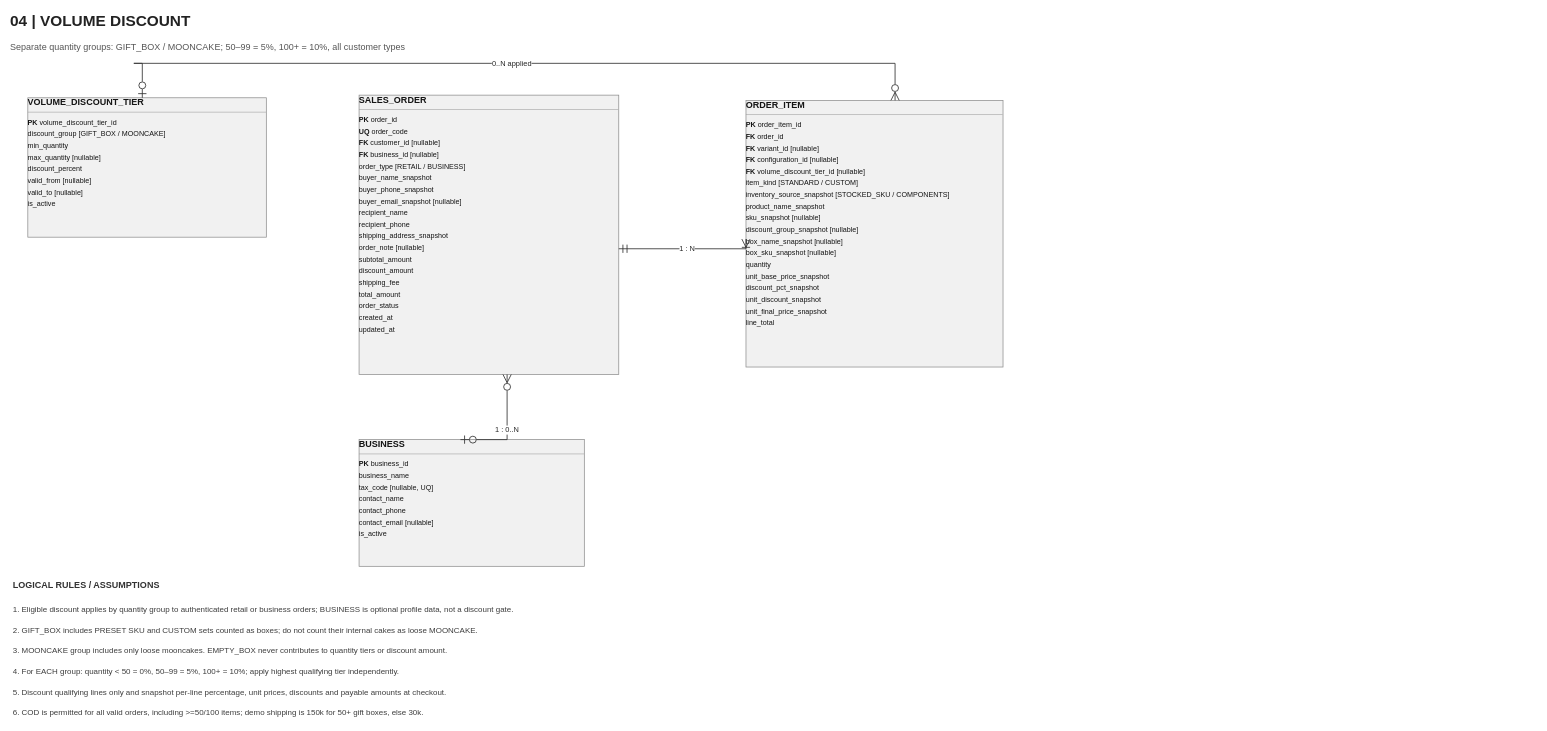
YingKai0621/MoonCake_HSF302_Project keeps this draw.io diagram as page "04 - VOLUME DISCOUNT (V5 FINAL MVP)" (4 of 5) of docs/MoonCake_Logical_V5 (1).drawio. Above is the earlier version. Source tidied: cells renumbered, new cells numbered last; positions are measured from the earlier drawing's top-left corner, leaving out a move shared by most shapes. Both pictures are drawn from the tidied source at 53%, with x=0, y=0 at pixel (9, 9).
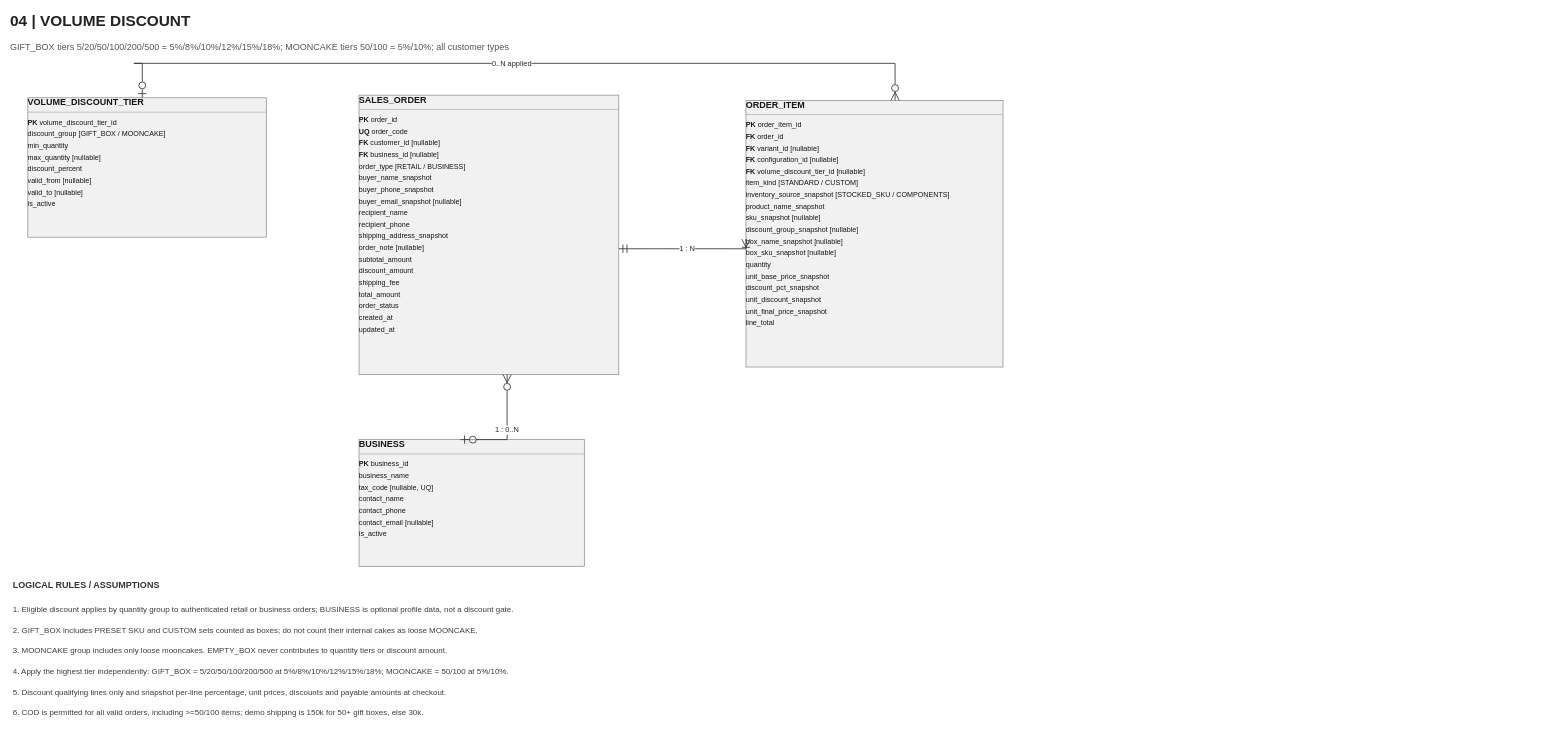
The same page after the edit.

Change to the diagram source:
```diff
@@
 <mxGraphModel background="#FFFFFF">
   <root>
     <mxCell id="0" />
     <mxCell id="1" parent="0" />
     <mxCell id="2" value="04  |  VOLUME DISCOUNT" style="text;html=1;align=left;verticalAlign=middle;whiteSpace=wrap;strokeColor=none;fillColor=none;fontFamily=Arial;fontColor=#222222;fontStyle=1;fontSize=29;" parent="1" vertex="1">
       <mxGeometry width="1250" height="44" as="geometry" />
     </mxCell>
-    <mxCell id="3" value="Separate quantity groups: GIFT_BOX / MOONCAKE; 50–99 = 5%, 100+ = 10%, all customer types" style="text;html=1;align=left;verticalAlign=middle;whiteSpace=wrap;strokeColor=none;fillColor=none;fontFamily=Arial;fontColor=#555555;fontSize=17;" parent="1" vertex="1">
+    <mxCell id="3" value="GIFT_BOX tiers 5/20/50/100/200/500 = 5%/8%/10%/12%/15%/18%; MOONCAKE tiers 50/100 = 5%/10%; all customer types" style="text;html=1;align=left;verticalAlign=middle;whiteSpace=wrap;strokeColor=none;fillColor=none;fontFamily=Arial;fontColor=#555555;fontSize=17;" parent="1" vertex="1">
       <mxGeometry y="55" width="2200" height="34" as="geometry" />
     </mxCell>
     <mxCell id="4" value="&lt;div style=&quot;font-family:Arial;font-size:17px;font-weight:bold;margin-bottom:8px;border-bottom:1px solid #999;padding-bottom:7px;&quot;&gt;VOLUME_DISCOUNT_TIER&lt;/div&gt;&lt;div style=&quot;font-family:Arial;font-size:13.5px;line-height:22px;white-space:nowrap;&quot;&gt;&lt;b&gt;PK&lt;/b&gt; volume_discount_tier_id&lt;/div&gt;&lt;div style=&quot;font-family:Arial;font-size:13.5px;line-height:22px;white-space:nowrap;&quot;&gt;discount_group [GIFT_BOX / MOONCAKE]&lt;/div&gt;&lt;div style=&quot;font-family:Arial;font-size:13.5px;line-height:22px;white-space:nowrap;&quot;&gt;min_quantity&lt;/div&gt;&lt;div style=&quot;font-family:Arial;font-size:13.5px;line-height:22px;white-space:nowrap;&quot;&gt;max_quantity [nullable]&lt;/div&gt;&lt;div style=&quot;font-family:Arial;font-size:13.5px;line-height:22px;white-space:nowrap;&quot;&gt;discount_percent&lt;/div&gt;&lt;div style=&quot;font-family:Arial;font-size:13.5px;line-height:22px;white-space:nowrap;&quot;&gt;valid_from [nullable]&lt;/div&gt;&lt;div style=&quot;font-family:Arial;font-size:13.5px;line-height:22px;white-space:nowrap;&quot;&gt;valid_to [nullable]&lt;/div&gt;&lt;div style=&quot;font-family:Arial;font-size:13.5px;line-height:22px;white-space:nowrap;&quot;&gt;is_active&lt;/div&gt;" style="rounded=0;whiteSpace=wrap;html=1;fillColor=#F1F1F1;strokeColor=#8A8A8A;strokeWidth=1.35;fontFamily=Arial;fontSize=15;fontColor=#151515;align=left;verticalAlign=top;spacingLeft=10;spacingRight=8;spacingTop=8;overflow=fill;" parent="1" vertex="1">
       <mxGeometry x="35" y="167" width="450" height="263" as="geometry" />
     </mxCell>
     <mxCell id="5" value="&lt;div style=&quot;font-family:Arial;font-size:17px;font-weight:bold;margin-bottom:8px;border-bottom:1px solid #999;padding-bottom:7px;&quot;&gt;SALES_ORDER&lt;/div&gt;&lt;div style=&quot;font-family:Arial;font-size:13.5px;line-height:22px;white-space:nowrap;&quot;&gt;&lt;b&gt;PK&lt;/b&gt; order_id&lt;/div&gt;&lt;div style=&quot;font-family:Arial;font-size:13.5px;line-height:22px;white-space:nowrap;&quot;&gt;&lt;b&gt;UQ&lt;/b&gt; order_code&lt;/div&gt;&lt;div style=&quot;font-family:Arial;font-size:13.5px;line-height:22px;white-space:nowrap;&quot;&gt;&lt;b&gt;FK&lt;/b&gt; customer_id [nullable]&lt;/div&gt;&lt;div style=&quot;font-family:Arial;font-size:13.5px;line-height:22px;white-space:nowrap;&quot;&gt;&lt;b&gt;FK&lt;/b&gt; business_id [nullable]&lt;/div&gt;&lt;div style=&quot;font-family:Arial;font-size:13.5px;line-height:22px;white-space:nowrap;&quot;&gt;order_type [RETAIL / BUSINESS]&lt;/div&gt;&lt;div style=&quot;font-family:Arial;font-size:13.5px;line-height:22px;white-space:nowrap;&quot;&gt;buyer_name_snapshot&lt;/div&gt;&lt;div style=&quot;font-family:Arial;font-size:13.5px;line-height:22px;white-space:nowrap;&quot;&gt;buyer_phone_snapshot&lt;/div&gt;&lt;div style=&quot;font-family:Arial;font-size:13.5px;line-height:22px;white-space:nowrap;&quot;&gt;buyer_email_snapshot [nullable]&lt;/div&gt;&lt;div style=&quot;font-family:Arial;font-size:13.5px;line-height:22px;white-space:nowrap;&quot;&gt;recipient_name&lt;/div&gt;&lt;div style=&quot;font-family:Arial;font-size:13.5px;line-height:22px;white-space:nowrap;&quot;&gt;recipient_phone&lt;/div&gt;&lt;div style=&quot;font-family:Arial;font-size:13.5px;line-height:22px;white-space:nowrap;&quot;&gt;shipping_address_snapshot&lt;/div&gt;&lt;div style=&quot;font-family:Arial;font-size:13.5px;line-height:22px;white-space:nowrap;&quot;&gt;order_note [nullable]&lt;/div&gt;&lt;div style=&quot;font-family:Arial;font-size:13.5px;line-height:22px;white-space:nowrap;&quot;&gt;subtotal_amount&lt;/div&gt;&lt;div style=&quot;font-family:Arial;font-size:13.5px;line-height:22px;white-space:nowrap;&quot;&gt;discount_amount&lt;/div&gt;&lt;div style=&quot;font-family:Arial;font-size:13.5px;line-height:22px;white-space:nowrap;&quot;&gt;shipping_fee&lt;/div&gt;&lt;div style=&quot;font-family:Arial;font-size:13.5px;line-height:22px;white-space:nowrap;&quot;&gt;total_amount&lt;/div&gt;&lt;div style=&quot;font-family:Arial;font-size:13.5px;line-height:22px;white-space:nowrap;&quot;&gt;order_status&lt;/div&gt;&lt;div style=&quot;font-family:Arial;font-size:13.5px;line-height:22px;white-space:nowrap;&quot;&gt;created_at&lt;/div&gt;&lt;div style=&quot;font-family:Arial;font-size:13.5px;line-height:22px;white-space:nowrap;&quot;&gt;updated_at&lt;/div&gt;" style="rounded=0;whiteSpace=wrap;html=1;fillColor=#F1F1F1;strokeColor=#8A8A8A;strokeWidth=1.35;fontFamily=Arial;fontSize=15;fontColor=#151515;align=left;verticalAlign=top;spacingLeft=10;spacingRight=8;spacingTop=8;overflow=fill;" parent="1" vertex="1">
       <mxGeometry x="660" y="162" width="490" height="527" as="geometry" />
     </mxCell>
     <mxCell id="6" value="&lt;div style=&quot;font-family:Arial;font-size:17px;font-weight:bold;margin-bottom:8px;border-bottom:1px solid #999;padding-bottom:7px;&quot;&gt;ORDER_ITEM&lt;/div&gt;&lt;div style=&quot;font-family:Arial;font-size:13.5px;line-height:22px;white-space:nowrap;&quot;&gt;&lt;b&gt;PK&lt;/b&gt; order_item_id&lt;/div&gt;&lt;div style=&quot;font-family:Arial;font-size:13.5px;line-height:22px;white-space:nowrap;&quot;&gt;&lt;b&gt;FK&lt;/b&gt; order_id&lt;/div&gt;&lt;div style=&quot;font-family:Arial;font-size:13.5px;line-height:22px;white-space:nowrap;&quot;&gt;&lt;b&gt;FK&lt;/b&gt; variant_id [nullable]&lt;/div&gt;&lt;div style=&quot;font-family:Arial;font-size:13.5px;line-height:22px;white-space:nowrap;&quot;&gt;&lt;b&gt;FK&lt;/b&gt; configuration_id [nullable]&lt;/div&gt;&lt;div style=&quot;font-family:Arial;font-size:13.5px;line-height:22px;white-space:nowrap;&quot;&gt;&lt;b&gt;FK&lt;/b&gt; volume_discount_tier_id [nullable]&lt;/div&gt;&lt;div style=&quot;font-family:Arial;font-size:13.5px;line-height:22px;white-space:nowrap;&quot;&gt;item_kind [STANDARD / CUSTOM]&lt;/div&gt;&lt;div style=&quot;font-family:Arial;font-size:13.5px;line-height:22px;white-space:nowrap;&quot;&gt;inventory_source_snapshot [STOCKED_SKU / COMPONENTS]&lt;/div&gt;&lt;div style=&quot;font-family:Arial;font-size:13.5px;line-height:22px;white-space:nowrap;&quot;&gt;product_name_snapshot&lt;/div&gt;&lt;div style=&quot;font-family:Arial;font-size:13.5px;line-height:22px;white-space:nowrap;&quot;&gt;sku_snapshot [nullable]&lt;/div&gt;&lt;div style=&quot;font-family:Arial;font-size:13.5px;line-height:22px;white-space:nowrap;&quot;&gt;discount_group_snapshot [nullable]&lt;/div&gt;&lt;div style=&quot;font-family:Arial;font-size:13.5px;line-height:22px;white-space:nowrap;&quot;&gt;box_name_snapshot [nullable]&lt;/div&gt;&lt;div style=&quot;font-family:Arial;font-size:13.5px;line-height:22px;white-space:nowrap;&quot;&gt;box_sku_snapshot [nullable]&lt;/div&gt;&lt;div style=&quot;font-family:Arial;font-size:13.5px;line-height:22px;white-space:nowrap;&quot;&gt;quantity&lt;/div&gt;&lt;div style=&quot;font-family:Arial;font-size:13.5px;line-height:22px;white-space:nowrap;&quot;&gt;unit_base_price_snapshot&lt;/div&gt;&lt;div style=&quot;font-family:Arial;font-size:13.5px;line-height:22px;white-space:nowrap;&quot;&gt;discount_pct_snapshot&lt;/div&gt;&lt;div style=&quot;font-family:Arial;font-size:13.5px;line-height:22px;white-space:nowrap;&quot;&gt;unit_discount_snapshot&lt;/div&gt;&lt;div style=&quot;font-family:Arial;font-size:13.5px;line-height:22px;white-space:nowrap;&quot;&gt;unit_final_price_snapshot&lt;/div&gt;&lt;div style=&quot;font-family:Arial;font-size:13.5px;line-height:22px;white-space:nowrap;&quot;&gt;line_total&lt;/div&gt;" style="rounded=0;whiteSpace=wrap;html=1;fillColor=#F1F1F1;strokeColor=#8A8A8A;strokeWidth=1.35;fontFamily=Arial;fontSize=15;fontColor=#151515;align=left;verticalAlign=top;spacingLeft=10;spacingRight=8;spacingTop=8;overflow=fill;" parent="1" vertex="1">
       <mxGeometry x="1390" y="172" width="485" height="503" as="geometry" />
     </mxCell>
     <mxCell id="7" value="&lt;div style=&quot;font-family:Arial;font-size:17px;font-weight:bold;margin-bottom:8px;border-bottom:1px solid #999;padding-bottom:7px;&quot;&gt;BUSINESS&lt;/div&gt;&lt;div style=&quot;font-family:Arial;font-size:13.5px;line-height:22px;white-space:nowrap;&quot;&gt;&lt;b&gt;PK&lt;/b&gt; business_id&lt;/div&gt;&lt;div style=&quot;font-family:Arial;font-size:13.5px;line-height:22px;white-space:nowrap;&quot;&gt;business_name&lt;/div&gt;&lt;div style=&quot;font-family:Arial;font-size:13.5px;line-height:22px;white-space:nowrap;&quot;&gt;tax_code [nullable, UQ]&lt;/div&gt;&lt;div style=&quot;font-family:Arial;font-size:13.5px;line-height:22px;white-space:nowrap;&quot;&gt;contact_name&lt;/div&gt;&lt;div style=&quot;font-family:Arial;font-size:13.5px;line-height:22px;white-space:nowrap;&quot;&gt;contact_phone&lt;/div&gt;&lt;div style=&quot;font-family:Arial;font-size:13.5px;line-height:22px;white-space:nowrap;&quot;&gt;contact_email [nullable]&lt;/div&gt;&lt;div style=&quot;font-family:Arial;font-size:13.5px;line-height:22px;white-space:nowrap;&quot;&gt;is_active&lt;/div&gt;" style="rounded=0;whiteSpace=wrap;html=1;fillColor=#F1F1F1;strokeColor=#8A8A8A;strokeWidth=1.35;fontFamily=Arial;fontSize=15;fontColor=#151515;align=left;verticalAlign=top;spacingLeft=10;spacingRight=8;spacingTop=8;overflow=fill;" parent="1" vertex="1">
       <mxGeometry x="660" y="812" width="425" height="239" as="geometry" />
     </mxCell>
     <mxCell id="8" value="1 : N" style="edgeStyle=segmentEdgeStyle;rounded=0;jettySize=auto;html=1;strokeColor=#343434;strokeWidth=1.6;startArrow=ERmandOne;startFill=0;startSize=13;endArrow=ERoneToMany;endFill=0;endSize=13;exitX=1;exitY=0.55;entryX=0;entryY=0.52;fontFamily=Arial;fontSize=14;fontColor=#272727;labelBackgroundColor=#FFFFFF;" parent="1" edge="1" source="5" target="6">
       <mxGeometry relative="1" as="geometry" />
     </mxCell>
     <mxCell id="9" value="1 : 0..N" style="edgeStyle=segmentEdgeStyle;rounded=0;jettySize=auto;html=1;strokeColor=#343434;strokeWidth=1.6;startArrow=ERzeroToOne;startFill=0;startSize=13;endArrow=ERzeroToMany;endFill=0;endSize=13;exitX=0.45;exitY=0;entryX=0.57;entryY=1;fontFamily=Arial;fontSize=14;fontColor=#272727;labelBackgroundColor=#FFFFFF;" parent="1" edge="1" source="7" target="5">
       <mxGeometry relative="1" as="geometry" />
     </mxCell>
     <mxCell id="10" value="0..N applied" style="edgeStyle=segmentEdgeStyle;rounded=0;jettySize=auto;html=1;strokeColor=#343434;strokeWidth=1.6;startArrow=ERzeroToOne;startFill=0;startSize=13;endArrow=ERzeroToMany;endFill=0;endSize=13;exitX=0.48;exitY=0;entryX=0.58;entryY=0;fontFamily=Arial;fontSize=14;fontColor=#272727;labelBackgroundColor=#FFFFFF;" parent="1" edge="1" source="4" target="6">
       <mxGeometry relative="1" as="geometry">
         <Array as="points">
           <mxPoint x="235" y="102" />
           <mxPoint x="1630" y="102" />
         </Array>
       </mxGeometry>
     </mxCell>
     <mxCell id="11" value="LOGICAL RULES / ASSUMPTIONS" style="text;html=1;strokeColor=none;fillColor=none;fontFamily=Arial;fontStyle=1;fontSize=17;fontColor=#333333;align=left;" parent="1" vertex="1">
       <mxGeometry x="5" y="1071" width="710" height="28" as="geometry" />
     </mxCell>
     <mxCell id="12" value="1. Eligible discount applies by quantity group to authenticated retail or business orders; BUSINESS is optional profile data, not a discount gate." style="text;html=1;align=left;verticalAlign=middle;whiteSpace=wrap;strokeColor=none;fillColor=none;fontFamily=Arial;fontColor=#3d3d3d;fontSize=15;" parent="1" vertex="1">
       <mxGeometry x="5" y="1114" width="2880" height="36" as="geometry" />
     </mxCell>
     <mxCell id="13" value="2. GIFT_BOX includes PRESET SKU and CUSTOM sets counted as boxes; do not count their internal cakes as loose MOONCAKE." style="text;html=1;align=left;verticalAlign=middle;whiteSpace=wrap;strokeColor=none;fillColor=none;fontFamily=Arial;fontColor=#3d3d3d;fontSize=15;" parent="1" vertex="1">
       <mxGeometry x="5" y="1153" width="2880" height="36" as="geometry" />
     </mxCell>
     <mxCell id="14" value="3. MOONCAKE group includes only loose mooncakes. EMPTY_BOX never contributes to quantity tiers or discount amount." style="text;html=1;align=left;verticalAlign=middle;whiteSpace=wrap;strokeColor=none;fillColor=none;fontFamily=Arial;fontColor=#3d3d3d;fontSize=15;" parent="1" vertex="1">
       <mxGeometry x="5" y="1192" width="2880" height="36" as="geometry" />
     </mxCell>
-    <mxCell id="15" value="4. For EACH group: quantity &lt; 50 = 0%, 50–99 = 5%, 100+ = 10%; apply highest qualifying tier independently." style="text;html=1;align=left;verticalAlign=middle;whiteSpace=wrap;strokeColor=none;fillColor=none;fontFamily=Arial;fontColor=#3d3d3d;fontSize=15;" parent="1" vertex="1">
+    <mxCell id="15" value="4. Apply the highest tier independently: GIFT_BOX = 5/20/50/100/200/500 at 5%/8%/10%/12%/15%/18%; MOONCAKE = 50/100 at 5%/10%." style="text;html=1;align=left;verticalAlign=middle;whiteSpace=wrap;strokeColor=none;fillColor=none;fontFamily=Arial;fontColor=#3d3d3d;fontSize=15;" parent="1" vertex="1">
       <mxGeometry x="5" y="1231" width="2880" height="36" as="geometry" />
     </mxCell>
     <mxCell id="16" value="5. Discount qualifying lines only and snapshot per-line percentage, unit prices, discounts and payable amounts at checkout." style="text;html=1;align=left;verticalAlign=middle;whiteSpace=wrap;strokeColor=none;fillColor=none;fontFamily=Arial;fontColor=#3d3d3d;fontSize=15;" parent="1" vertex="1">
       <mxGeometry x="5" y="1270" width="2880" height="36" as="geometry" />
     </mxCell>
     <mxCell id="17" value="6. COD is permitted for all valid orders, including &gt;=50/100 items; demo shipping is 150k for 50+ gift boxes, else 30k." style="text;html=1;align=left;verticalAlign=middle;whiteSpace=wrap;strokeColor=none;fillColor=none;fontFamily=Arial;fontColor=#3d3d3d;fontSize=15;" parent="1" vertex="1">
       <mxGeometry x="5" y="1309" width="2880" height="36" as="geometry" />
     </mxCell>
   </root>
 </mxGraphModel>
```
